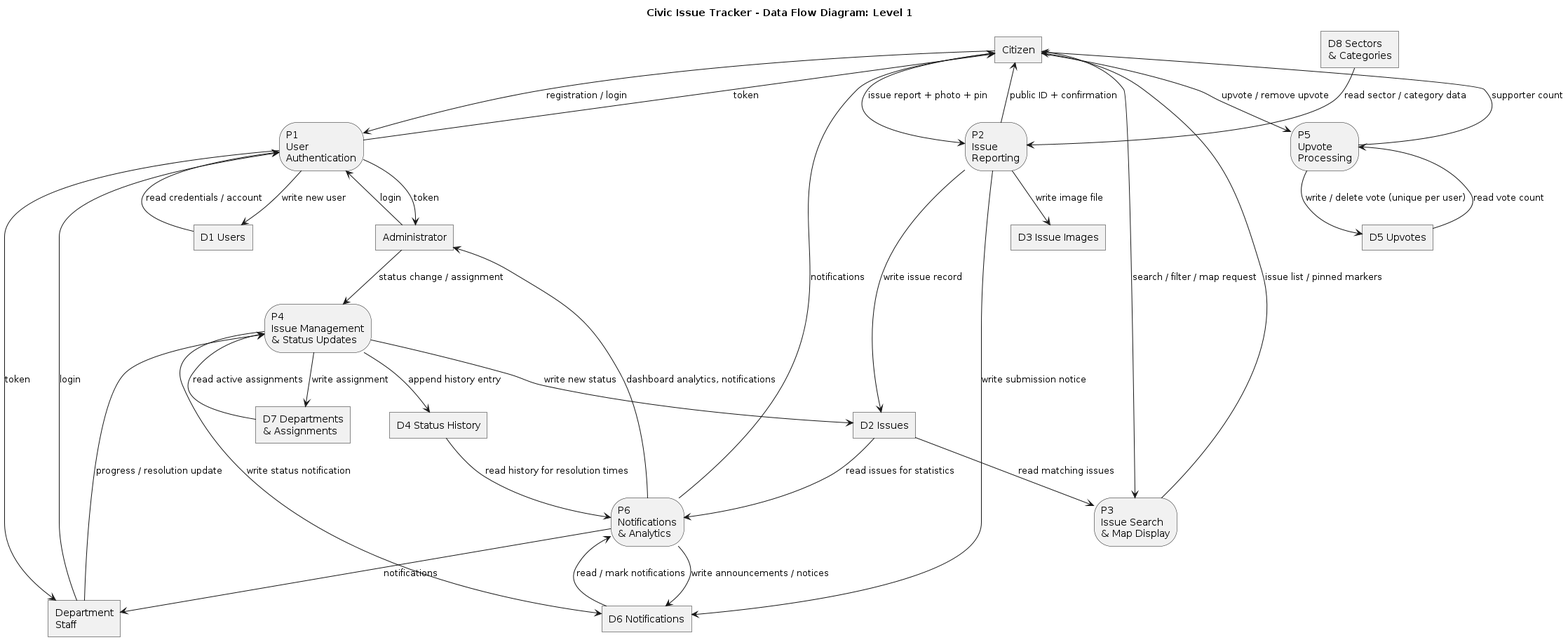
This is docs/diagrams/dfd-level-1.png from manojkumaranna07-svg/civic-issue-tracker, a PlantUML export, as it was before one commit.
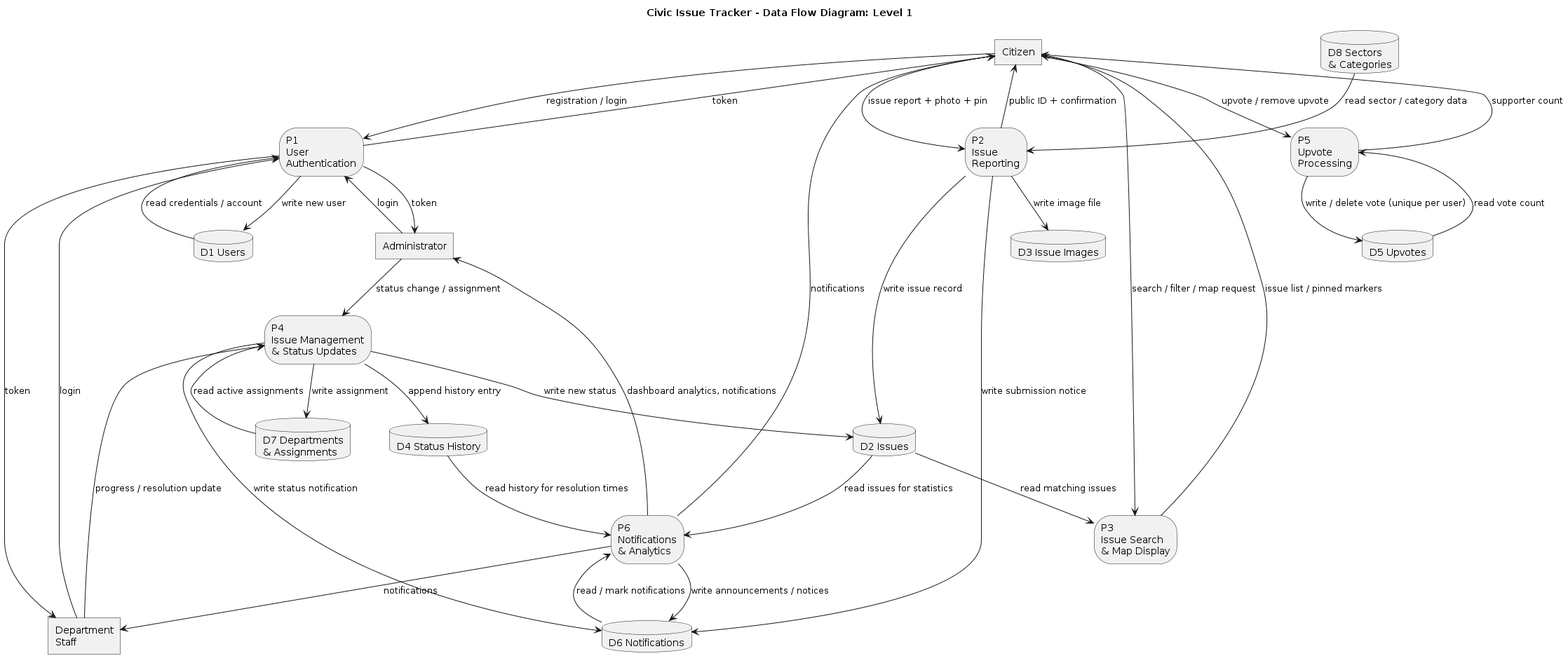
The same diagram one commit later.

Diff of the diagram source:
```diff
@@ -21,14 +21,14 @@
 rectangle "P5\nUpvote\nProcessing" as P5 <<process>>
 rectangle "P6\nNotifications\n& Analytics" as P6 <<process>>
 
-rectangle "D1 Users" as D1
-rectangle "D2 Issues" as D2
-rectangle "D3 Issue Images" as D3
-rectangle "D4 Status History" as D4
-rectangle "D5 Upvotes" as D5
-rectangle "D6 Notifications" as D6
-rectangle "D7 Departments\n& Assignments" as D7
-rectangle "D8 Sectors\n& Categories" as D8
+database "D1 Users" as D1
+database "D2 Issues" as D2
+database "D3 Issue Images" as D3
+database "D4 Status History" as D4
+database "D5 Upvotes" as D5
+database "D6 Notifications" as D6
+database "D7 Departments\n& Assignments" as D7
+database "D8 Sectors\n& Categories" as D8
 
 E1 --> P1 : registration / login
 E2 --> P1 : login
```
